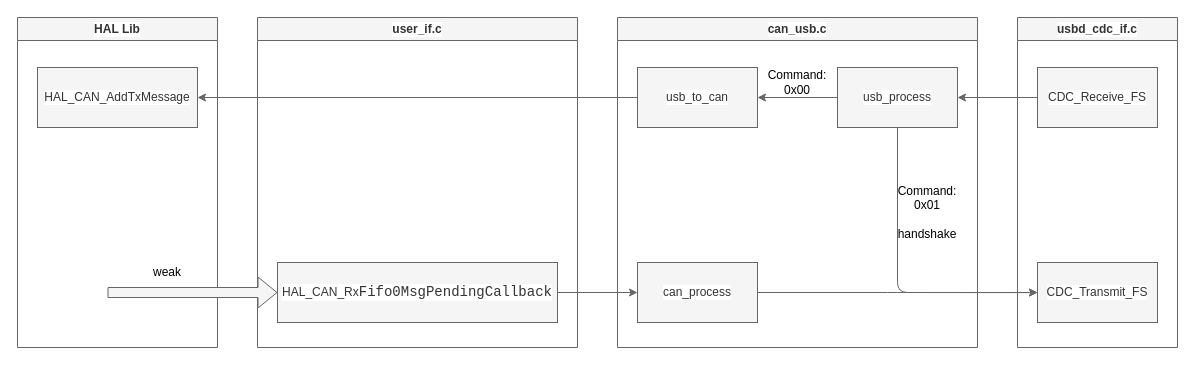
YUKICHI6105/usbcan_fw_v2 keeps this draw.io diagram as diagrams.drawio. Above is the earlier version. Source tidied: cells renumbered, new cells numbered last; positions are measured from the earlier drawing's top-left corner, leaving out a move shared by most shapes. Both pictures are drawn from the tidied source at 100%, with x=0, y=0 at pixel (17, 17).
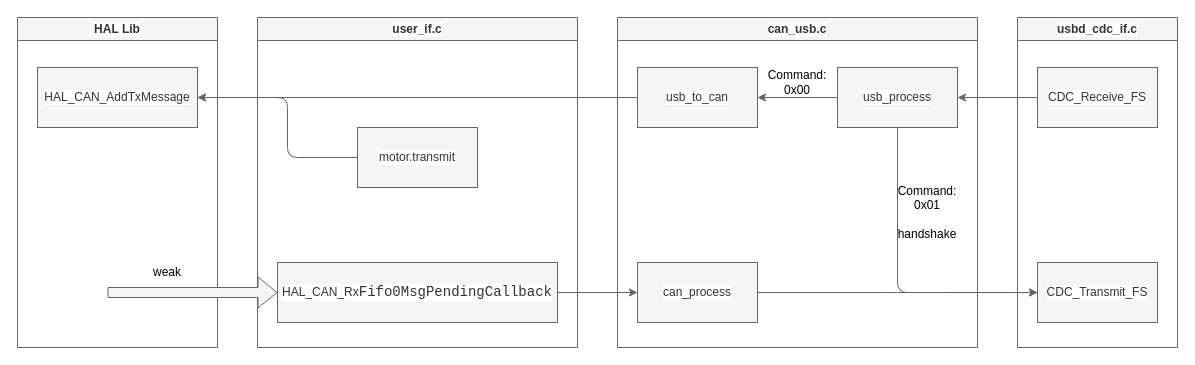
The same diagram, later.

The change refers to these unchanged cells:
```xml
<mxCell id="12" value="HAL_CAN_AddTxMessage" style="rounded=0;whiteSpace=wrap;html=1;labelBackgroundColor=#FFFFFF;fillColor=#f5f5f5;fontColor=#333333;strokeColor=#666666;" parent="1" vertex="1">
  <mxGeometry x="20" y="50" width="160" height="60" as="geometry" />
</mxCell>
<mxCell id="18" value="user_if.c" style="swimlane;whiteSpace=wrap;html=1;labelBackgroundColor=#FFFFFF;fillColor=#f5f5f5;fontColor=#333333;strokeColor=#666666;" parent="1" vertex="1">
  <mxGeometry x="240" width="320" height="330" as="geometry" />
</mxCell>
```

Change to the diagram source:
```diff
@@
+    <mxCell id="23" value="motor.transmit" style="rounded=0;whiteSpace=wrap;html=1;labelBackgroundColor=#FFFFFF;fillColor=#f5f5f5;fontColor=#333333;strokeColor=#666666;" parent="18" vertex="1">
+      <mxGeometry x="100" y="110" width="120" height="60" as="geometry" />
+    </mxCell>
@@
+    <mxCell id="24" style="edgeStyle=orthogonalEdgeStyle;html=1;exitX=0;exitY=0.5;exitDx=0;exitDy=0;entryX=1;entryY=0.5;entryDx=0;entryDy=0;fontColor=#000000;labelBackgroundColor=#FFFFFF;fillColor=#f5f5f5;strokeColor=#666666;" parent="1" edge="1" source="23" target="12">
+      <mxGeometry relative="1" as="geometry">
+        <Array as="points">
+          <mxPoint x="270" y="140" />
+          <mxPoint x="270" y="80" />
+        </Array>
+      </mxGeometry>
+    </mxCell>
```
